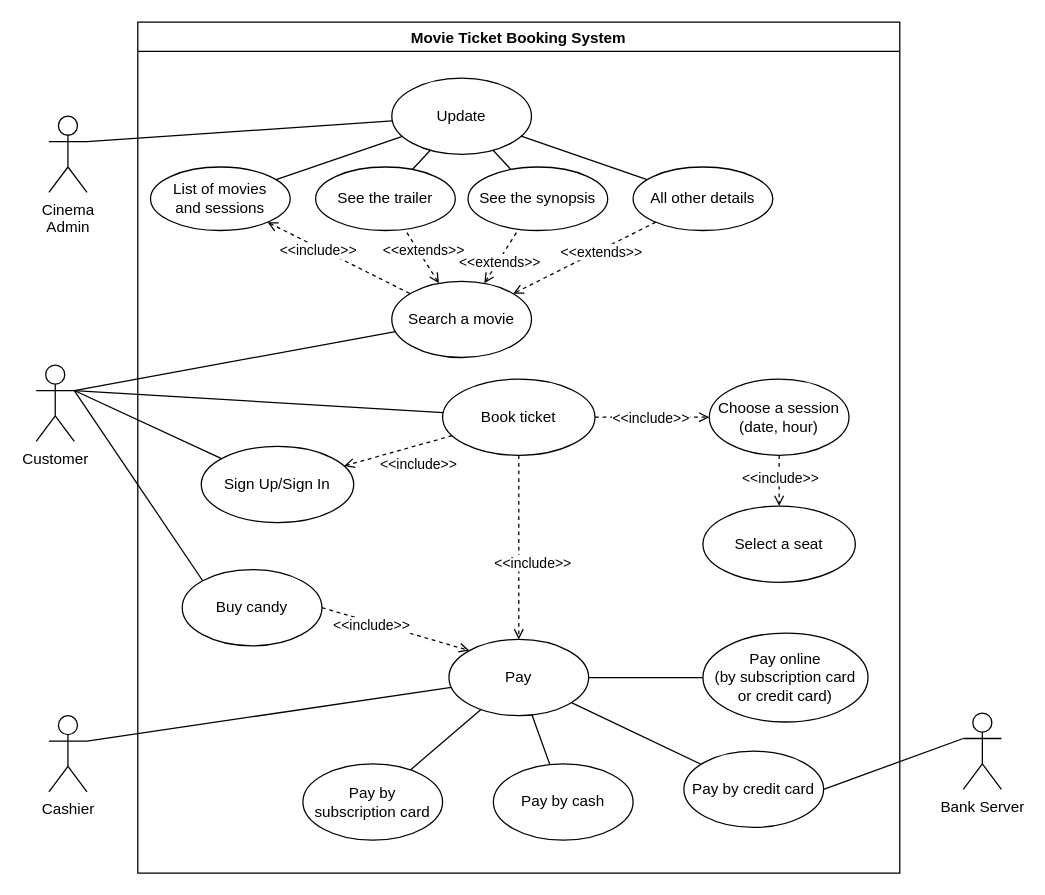
Earlier version of the draw.io diagram Use Case Movie Ticket Booking System.drawio (Melydgt/Draw-io-UML-England). Source tidied: cells renumbered, new cells numbered last; positions are measured from the earlier drawing's top-left corner, leaving out a move shared by most shapes. Both pictures are drawn from the tidied source at 127%, with x=0, y=0 at pixel (36, 22).
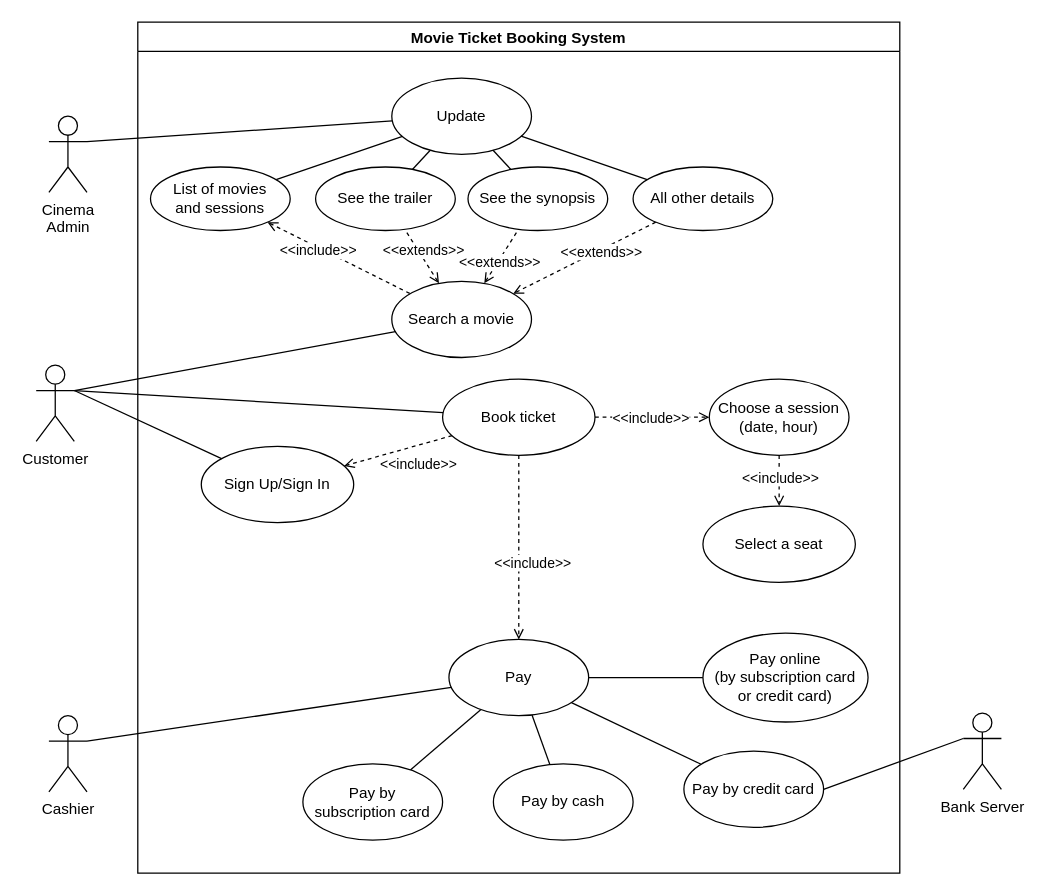
After the change.

Commit message:
Mettre à jour Use Case Movie Ticket Booking System.drawio

Unchanged cells that the change refers to:
```xml
<mxCell id="3" value="Customer" style="shape=umlActor;verticalLabelPosition=bottom;verticalAlign=top;html=1;outlineConnect=0;" parent="1" vertex="1">
  <mxGeometry y="270" width="30" height="60" as="geometry" />
</mxCell>
<mxCell id="4" value="Movie Ticket Booking System" style="swimlane;" parent="1" vertex="1">
  <mxGeometry x="80" width="600" height="670" as="geometry" />
</mxCell>
<mxCell id="20" value="Pay" style="ellipse;whiteSpace=wrap;html=1;" parent="4" vertex="1">
  <mxGeometry x="245" y="486" width="110" height="60" as="geometry" />
</mxCell>
```

What changed in the source:
```diff
@@
-    <mxCell id="2" style="edgeStyle=none;rounded=0;jettySize=auto;html=1;exitX=1;exitY=0.3333333333333333;exitDx=0;exitDy=0;exitPerimeter=0;entryX=0;entryY=0;entryDx=0;entryDy=0;startArrow=none;startFill=0;endArrow=none;endFill=0;" parent="1" edge="1" source="3" target="16">
-      <mxGeometry relative="1" as="geometry" />
-    </mxCell>
@@
-    <mxCell id="14" style="edgeStyle=none;rounded=0;jettySize=auto;html=1;exitX=1;exitY=0.5;exitDx=0;exitDy=0;entryX=0;entryY=0;entryDx=0;entryDy=0;startArrow=none;startFill=0;endArrow=open;endFill=0;dashed=1;" parent="4" edge="1" source="16" target="20">
-      <mxGeometry relative="1" as="geometry" />
-    </mxCell>
-    <mxCell id="15" value="&amp;lt;&amp;lt;include&amp;gt;&amp;gt;" style="edgeLabel;html=1;align=center;verticalAlign=middle;" parent="14" vertex="1">
-      <mxGeometry x="-0.33" y="-2" relative="1" as="geometry" />
-    </mxCell>
-    <mxCell id="16" value="Buy candy" style="ellipse;whiteSpace=wrap;html=1;" parent="4" vertex="1">
-      <mxGeometry x="35" y="431" width="110" height="60" as="geometry" />
-    </mxCell>
```
